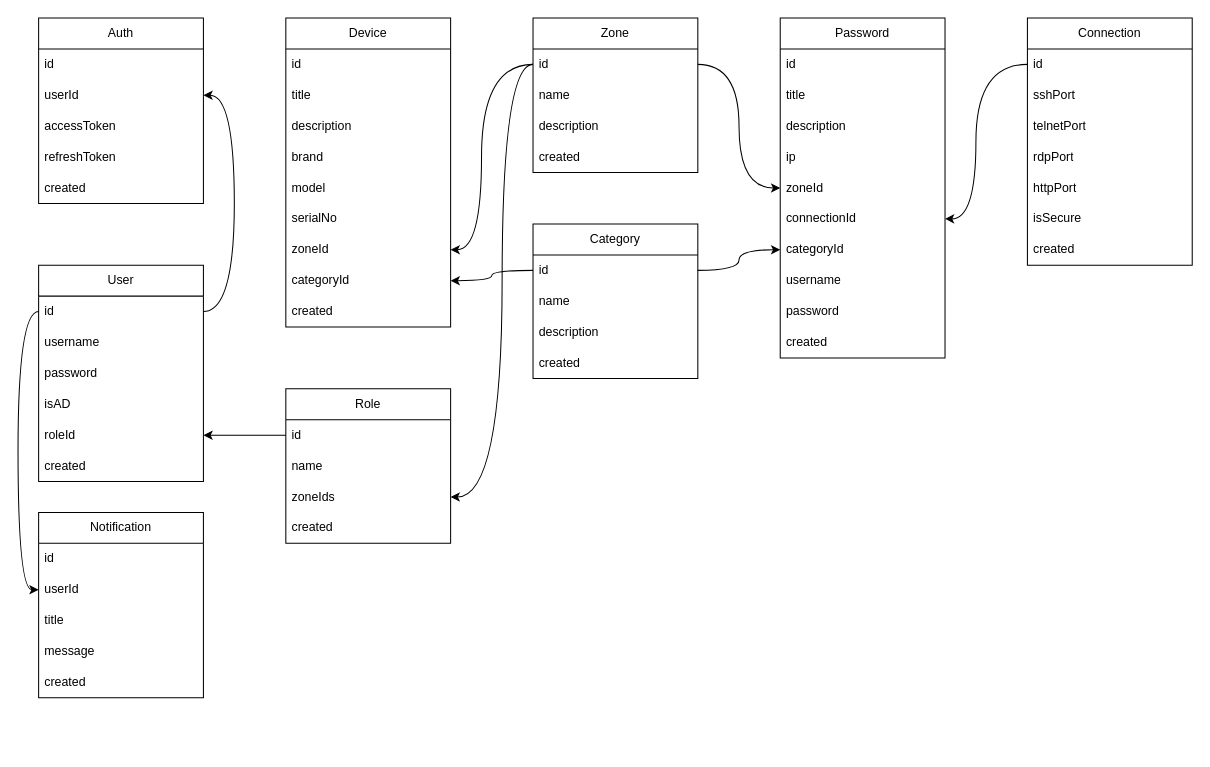
This is database.drawio from doctormaster1/syqpass, a draw.io file, before an edit. Source tidied: cells renumbered, new cells numbered last; positions are measured from the earlier drawing's top-left corner, leaving out a move shared by most shapes. Both pictures are drawn from the tidied source at 103%, with x=0, y=0 at pixel (18, 18).
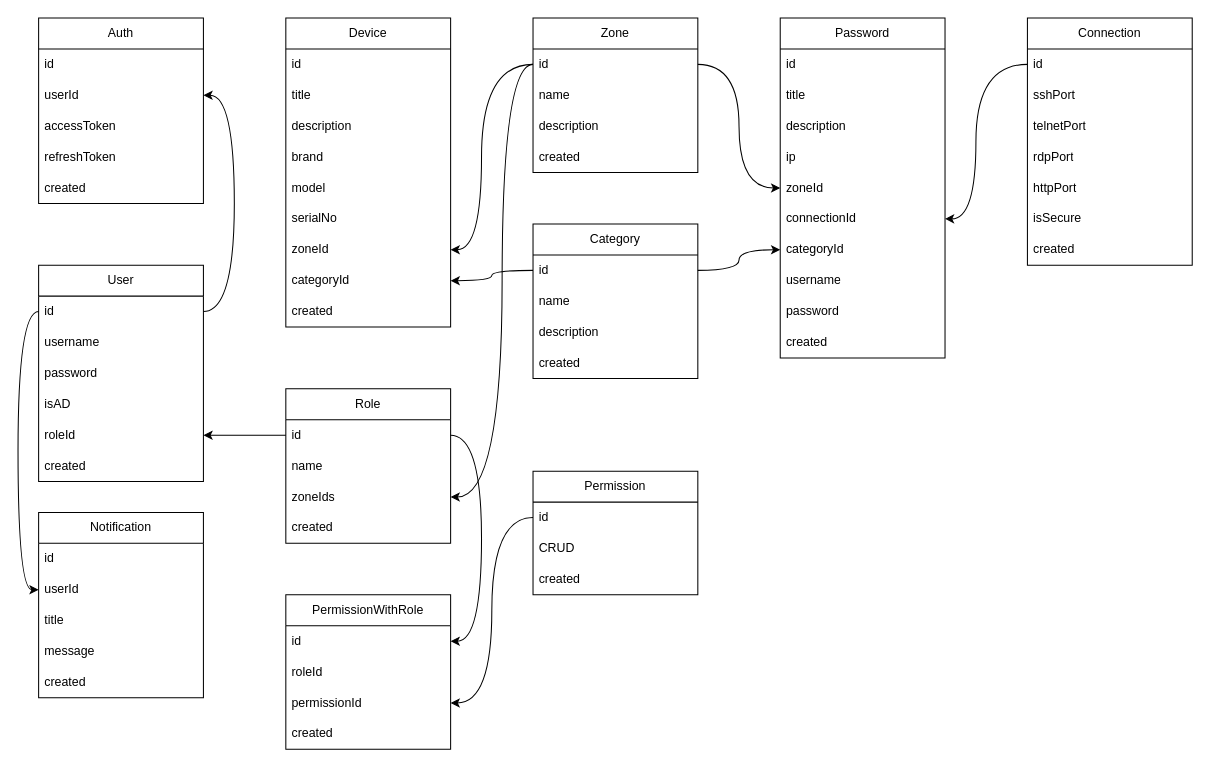
Above is the later version.

Unchanged cells that the change refers to:
```xml
<mxCell id="51" value="id" style="text;strokeColor=none;fillColor=none;align=left;verticalAlign=middle;spacingLeft=4;spacingRight=4;overflow=hidden;points=[[0,0.5],[1,0.5]];portConstraint=eastwest;whiteSpace=wrap;html=1;" parent="50" vertex="1">
  <mxGeometry y="30" width="160" height="30" as="geometry" />
</mxCell>
```

Diff of the diagram source:
```diff
@@
+    <mxCell id="74" value="PermissionWithRole" style="swimlane;fontStyle=0;horizontal=1;startSize=30;whiteSpace=wrap;html=1;" parent="1" vertex="1">
+      <mxGeometry x="260" y="560" width="160" height="150" as="geometry" />
+    </mxCell>
+    <mxCell id="75" value="id" style="text;strokeColor=none;fillColor=none;align=left;verticalAlign=middle;spacingLeft=4;spacingRight=4;overflow=hidden;points=[[0,0.5],[1,0.5]];portConstraint=eastwest;whiteSpace=wrap;html=1;" parent="74" vertex="1">
+      <mxGeometry y="30" width="160" height="30" as="geometry" />
+    </mxCell>
+    <mxCell id="76" value="roleId" style="text;strokeColor=none;fillColor=none;align=left;verticalAlign=middle;spacingLeft=4;spacingRight=4;overflow=hidden;whiteSpace=wrap;html=1;" parent="74" vertex="1">
+      <mxGeometry y="60" width="160" height="30" as="geometry" />
+    </mxCell>
+    <mxCell id="77" value="permissionId" style="text;strokeColor=none;fillColor=none;align=left;verticalAlign=middle;spacingLeft=4;spacingRight=4;overflow=hidden;points=[[0,0.5],[1,0.5]];portConstraint=eastwest;whiteSpace=wrap;html=1;" parent="74" vertex="1">
+      <mxGeometry y="90" width="160" height="30" as="geometry" />
+    </mxCell>
+    <mxCell id="78" value="created" style="text;strokeColor=none;fillColor=none;align=left;verticalAlign=middle;spacingLeft=4;spacingRight=4;overflow=hidden;whiteSpace=wrap;html=1;" parent="74" vertex="1">
+      <mxGeometry y="120" width="160" height="30" as="geometry" />
+    </mxCell>
+    <mxCell id="79" value="Permission" style="swimlane;fontStyle=0;horizontal=1;startSize=30;whiteSpace=wrap;html=1;" parent="1" vertex="1">
+      <mxGeometry x="500" y="440" width="160" height="120" as="geometry" />
+    </mxCell>
+    <mxCell id="80" value="id" style="text;strokeColor=none;fillColor=none;align=left;verticalAlign=middle;spacingLeft=4;spacingRight=4;overflow=hidden;points=[[0,0.5],[1,0.5]];portConstraint=eastwest;whiteSpace=wrap;html=1;" parent="79" vertex="1">
+      <mxGeometry y="30" width="160" height="30" as="geometry" />
+    </mxCell>
+    <mxCell id="81" value="CRUD" style="text;strokeColor=none;fillColor=none;align=left;verticalAlign=middle;spacingLeft=4;spacingRight=4;overflow=hidden;whiteSpace=wrap;html=1;" parent="79" vertex="1">
+      <mxGeometry y="60" width="160" height="30" as="geometry" />
+    </mxCell>
+    <mxCell id="82" value="created" style="text;strokeColor=none;fillColor=none;align=left;verticalAlign=middle;spacingLeft=4;spacingRight=4;overflow=hidden;whiteSpace=wrap;html=1;" parent="79" vertex="1">
+      <mxGeometry y="90" width="160" height="30" as="geometry" />
+    </mxCell>
+    <mxCell id="83" style="endArrow=classic;html=1;edgeStyle=elbowEdgeStyle;curved=1;" parent="1" edge="1" source="51" target="75">
+      <mxGeometry relative="1" as="geometry">
+        <Array as="points">
+          <mxPoint x="450" y="500" />
+        </Array>
+      </mxGeometry>
+    </mxCell>
+    <mxCell id="84" style="endArrow=classic;html=1;edgeStyle=elbowEdgeStyle;curved=1;" parent="1" edge="1" source="80" target="77">
+      <mxGeometry relative="1" as="geometry" />
+    </mxCell>
```
